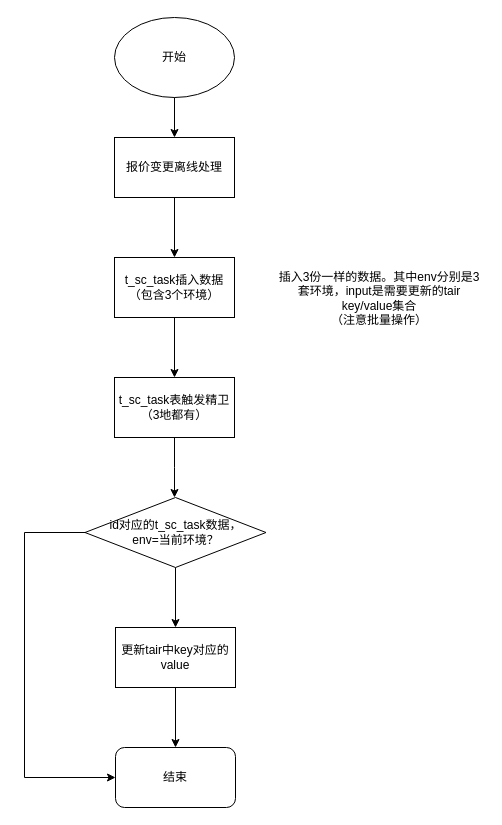
The draw.io diagram 估价器更新3地缓存方案.drawio in heyrry/hello, before the edit. Source tidied: cells renumbered, new cells numbered last; positions are measured from the earlier drawing's top-left corner, leaving out a move shared by most shapes. Both pictures are drawn from the tidied source at 100%, with x=0, y=0 at pixel (24, 17).
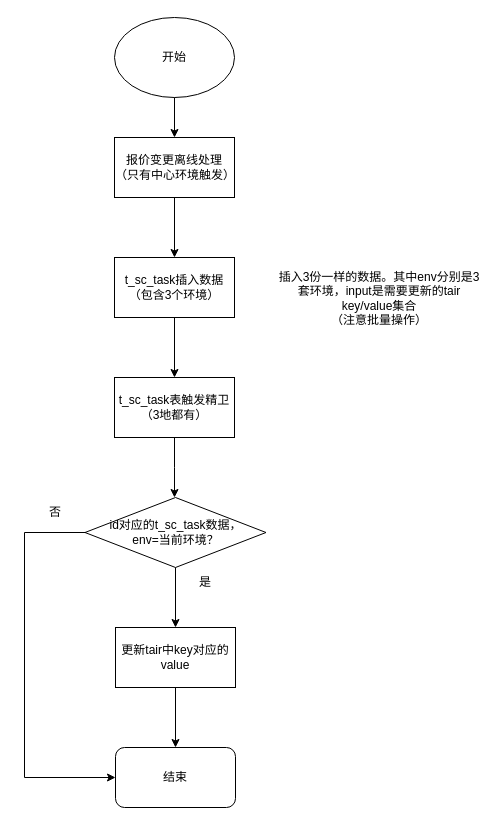
Above is the later version.

Commit message (it also covers changes not shown here):
更新估价器更新3地缓存方案.drawio

Change to the diagram source:
```diff
@@
-    <mxCell id="5" value="报价变更离线处理" style="rounded=0;whiteSpace=wrap;html=1;fillColor=none;" parent="1" vertex="1">
+    <mxCell id="5" value="报价变更离线处理&lt;div&gt;（只有中心环境触发）&lt;/div&gt;" style="rounded=0;whiteSpace=wrap;html=1;fillColor=none;" parent="1" vertex="1">
       <mxGeometry x="90" y="120" width="120" height="60" as="geometry" />
     </mxCell>
@@
+    <mxCell id="17" value="否" style="text;html=1;align=center;verticalAlign=middle;whiteSpace=wrap;rounded=0;" parent="1" vertex="1">
+      <mxGeometry x="1" y="480" width="60" height="30" as="geometry" />
+    </mxCell>
+    <mxCell id="18" value="是" style="text;html=1;align=center;verticalAlign=middle;whiteSpace=wrap;rounded=0;" parent="1" vertex="1">
+      <mxGeometry x="151" y="550" width="60" height="30" as="geometry" />
+    </mxCell>
```
